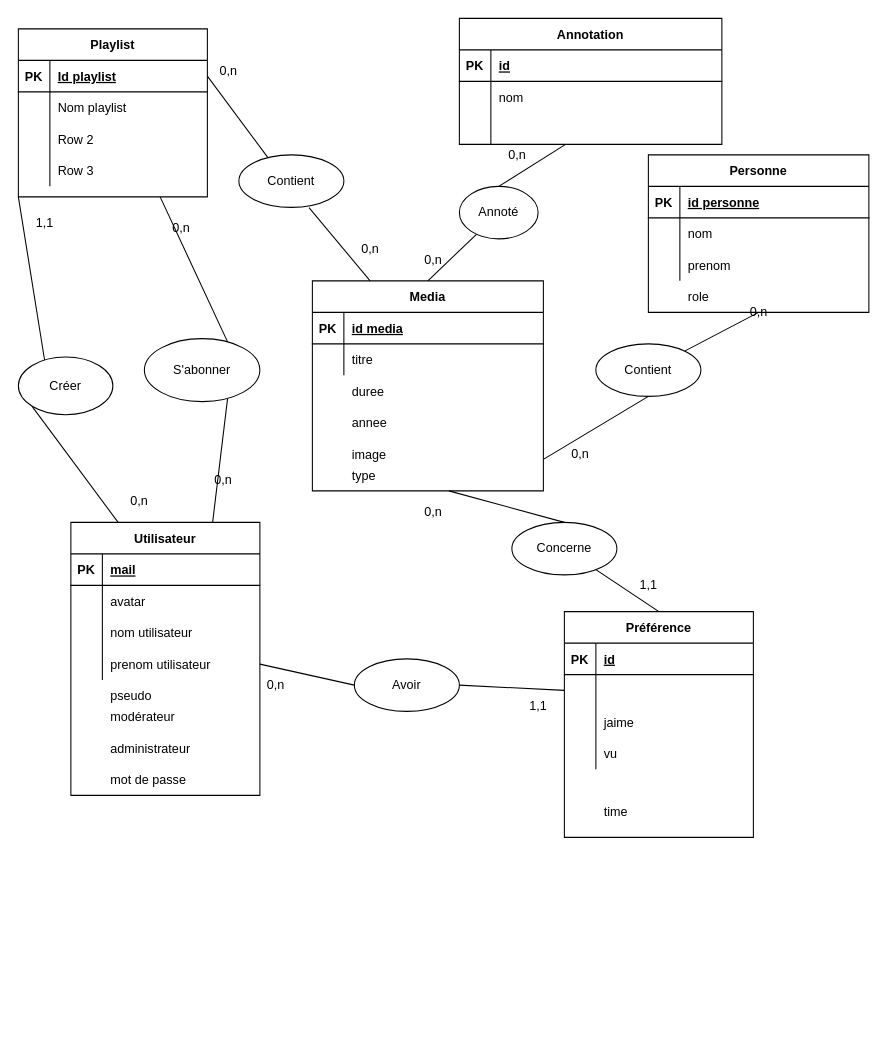
Before: page "MCD" (1 of 2) of public/MCD.drawio in johanneclc/CDAW_2022, a draw.io diagram. Source tidied: cells renumbered, new cells numbered last; positions are measured from the earlier drawing's top-left corner, leaving out a move shared by most shapes. Both pictures are drawn from the tidied source at 105%, with x=0, y=0 at pixel (18, 18).
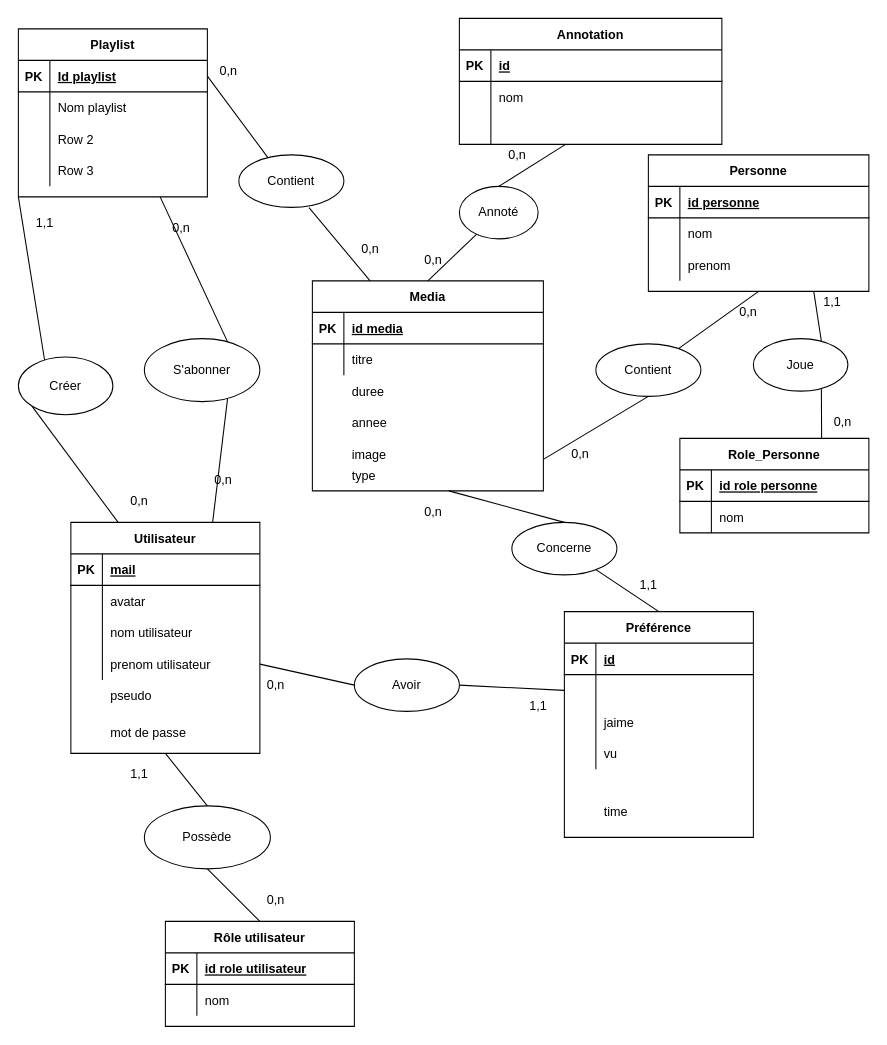
Above is the later version.

Diff of the diagram source:
```diff
@@
     <mxCell id="12" value="Personne" style="shape=table;startSize=30;childLayout=tableLayout;rowLines=0;fontStyle=1;align=center;" parent="1" vertex="1">
-      <mxGeometry x="600" y="130" width="210" height="150" as="geometry" />
+      <mxGeometry x="600" y="130" width="210" height="130" as="geometry" />
     </mxCell>
@@
     <mxCell id="37" value="Utilisateur" style="shape=table;startSize=30;childLayout=tableLayout;rowLines=0;fontStyle=1;align=center;" parent="1" vertex="1">
-      <mxGeometry x="50" y="480" width="180" height="260" as="geometry" />
+      <mxGeometry x="50" y="480" width="180" height="220" as="geometry" />
     </mxCell>
@@
     <mxCell id="75" value="0,n" style="text;html=1;align=center;verticalAlign=middle;strokeColor=none;fillColor=none;" parent="1" vertex="1">
-      <mxGeometry x="690" y="270" width="30" height="20" as="geometry" />
+      <mxGeometry x="680" y="270" width="30" height="20" as="geometry" />
     </mxCell>
@@
-    <mxCell id="77" value="modérateur" style="shape=partialRectangle;fillColor=none;top=0;left=0;bottom=0;right=0;align=left;spacingLeft=6;overflow=hidden;" parent="1" vertex="1">
-      <mxGeometry x="80" y="650" width="150" height="30" as="geometry" />
-    </mxCell>
-    <mxCell id="78" value="administrateur" style="shape=partialRectangle;fillColor=none;top=0;left=0;bottom=0;right=0;align=left;spacingLeft=6;overflow=hidden;" parent="1" vertex="1">
-      <mxGeometry x="80" y="680" width="150" height="30" as="geometry" />
-    </mxCell>
     <mxCell id="79" value="mot de passe" style="shape=partialRectangle;fillColor=none;top=0;left=0;bottom=0;right=0;align=left;spacingLeft=6;overflow=hidden;" parent="1" vertex="1">
-      <mxGeometry x="80" y="710" width="150" height="30" as="geometry" />
+      <mxGeometry x="80" y="665" width="150" height="30" as="geometry" />
     </mxCell>
@@
-    <mxCell id="113" value="role" style="shape=partialRectangle;overflow=hidden;fillColor=none;top=0;left=0;bottom=0;right=0;align=left;spacingLeft=6;" parent="1" vertex="1">
-      <mxGeometry x="630" y="250" width="180" height="30" as="geometry" />
-    </mxCell>
+    <mxCell id="114" value="Role_Personne" style="shape=table;startSize=30;childLayout=tableLayout;rowLines=0;fontStyle=1;align=center;" parent="1" vertex="1">
+      <mxGeometry x="630" y="400" width="180" height="90" as="geometry" />
+    </mxCell>
+    <mxCell id="115" style="shape=partialRectangle;fillColor=none;top=0;left=0;bottom=1;right=0;" parent="114" vertex="1">
+      <mxGeometry y="30" width="180" height="30" as="geometry" />
+    </mxCell>
+    <mxCell id="116" value="PK" style="shape=partialRectangle;fillColor=none;top=0;left=0;bottom=0;right=0;fontStyle=1;overflow=hidden;" parent="115" vertex="1">
+      <mxGeometry width="30" height="30" as="geometry" />
+    </mxCell>
+    <mxCell id="117" value="id role personne" style="shape=partialRectangle;fillColor=none;top=0;left=0;bottom=0;right=0;align=left;spacingLeft=6;fontStyle=5;overflow=hidden;" parent="115" vertex="1">
+      <mxGeometry x="30" width="150" height="30" as="geometry" />
+    </mxCell>
+    <mxCell id="118" style="shape=partialRectangle;fillColor=none;top=0;left=0;bottom=0;right=0;" parent="114" vertex="1">
+      <mxGeometry y="60" width="180" height="30" as="geometry" />
+    </mxCell>
+    <mxCell id="119" style="shape=partialRectangle;fillColor=none;top=0;left=0;bottom=0;right=0;overflow=hidden;" parent="118" vertex="1">
+      <mxGeometry width="30" height="30" as="geometry" />
+    </mxCell>
+    <mxCell id="120" value="nom" style="shape=partialRectangle;fillColor=none;top=0;left=0;bottom=0;right=0;align=left;spacingLeft=6;overflow=hidden;" parent="118" vertex="1">
+      <mxGeometry x="30" width="150" height="30" as="geometry" />
+    </mxCell>
+    <mxCell id="121" style="endArrow=none;html=1;rounded=0;exitX=0.75;exitY=0;exitDx=0;exitDy=0;entryX=0.75;entryY=1;entryDx=0;entryDy=0;startArrow=none;" parent="1" edge="1" source="122" target="12">
+      <mxGeometry relative="1" as="geometry" />
+    </mxCell>
+    <mxCell id="122" value="Joue" style="ellipse;whiteSpace=wrap;html=1;" parent="1" vertex="1">
+      <mxGeometry x="700" y="305" width="90" height="50" as="geometry" />
+    </mxCell>
+    <mxCell id="123" style="endArrow=none;html=1;rounded=0;exitX=0.75;exitY=0;exitDx=0;exitDy=0;entryX=0.75;entryY=1;entryDx=0;entryDy=0;" parent="1" edge="1" source="114" target="122">
+      <mxGeometry relative="1" as="geometry" />
+    </mxCell>
+    <mxCell id="124" value="Rôle utilisateur" style="shape=table;startSize=30;childLayout=tableLayout;rowLines=0;fontStyle=1;align=center;" parent="1" vertex="1">
+      <mxGeometry x="140" y="860" width="180" height="100" as="geometry" />
+    </mxCell>
+    <mxCell id="125" style="shape=partialRectangle;fillColor=none;top=0;left=0;bottom=1;right=0;" parent="124" vertex="1">
+      <mxGeometry y="30" width="180" height="30" as="geometry" />
+    </mxCell>
+    <mxCell id="126" value="PK" style="shape=partialRectangle;fillColor=none;top=0;left=0;bottom=0;right=0;fontStyle=1;overflow=hidden;" parent="125" vertex="1">
+      <mxGeometry width="30" height="30" as="geometry" />
+    </mxCell>
+    <mxCell id="127" value="id role utilisateur" style="shape=partialRectangle;fillColor=none;top=0;left=0;bottom=0;right=0;align=left;spacingLeft=6;fontStyle=5;overflow=hidden;" parent="125" vertex="1">
+      <mxGeometry x="30" width="150" height="30" as="geometry" />
+    </mxCell>
+    <mxCell id="128" style="shape=partialRectangle;fillColor=none;top=0;left=0;bottom=0;right=0;" parent="124" vertex="1">
+      <mxGeometry y="60" width="180" height="30" as="geometry" />
+    </mxCell>
+    <mxCell id="129" style="shape=partialRectangle;fillColor=none;top=0;left=0;bottom=0;right=0;overflow=hidden;" parent="128" vertex="1">
+      <mxGeometry width="30" height="30" as="geometry" />
+    </mxCell>
+    <mxCell id="130" value="nom" style="shape=partialRectangle;fillColor=none;top=0;left=0;bottom=0;right=0;align=left;spacingLeft=6;overflow=hidden;" parent="128" vertex="1">
+      <mxGeometry x="30" width="150" height="30" as="geometry" />
+    </mxCell>
+    <mxCell id="131" style="endArrow=none;html=1;rounded=0;entryX=0.5;entryY=1;entryDx=0;entryDy=0;exitX=0.5;exitY=0;exitDx=0;exitDy=0;startArrow=none;" parent="1" edge="1" source="132" target="37">
+      <mxGeometry relative="1" as="geometry" />
+    </mxCell>
+    <mxCell id="132" value="Possède" style="ellipse;whiteSpace=wrap;html=1;" parent="1" vertex="1">
+      <mxGeometry x="120" y="750" width="120" height="60" as="geometry" />
+    </mxCell>
+    <mxCell id="133" style="endArrow=none;html=1;rounded=0;entryX=0.5;entryY=1;entryDx=0;entryDy=0;exitX=0.5;exitY=0;exitDx=0;exitDy=0;" parent="1" edge="1" source="124" target="132">
+      <mxGeometry relative="1" as="geometry" />
+    </mxCell>
+    <mxCell id="134" value="0,n" style="text;html=1;align=center;verticalAlign=middle;strokeColor=none;fillColor=none;" parent="1" vertex="1">
+      <mxGeometry x="230" y="830" width="30" height="20" as="geometry" />
+    </mxCell>
+    <mxCell id="135" value="1,1" style="text;html=1;align=center;verticalAlign=middle;strokeColor=none;fillColor=none;" parent="1" vertex="1">
+      <mxGeometry x="100" y="710" width="30" height="20" as="geometry" />
+    </mxCell>
+    <mxCell id="136" value="1,1" style="text;html=1;align=center;verticalAlign=middle;strokeColor=none;fillColor=none;" parent="1" vertex="1">
+      <mxGeometry x="760" y="260" width="30" height="20" as="geometry" />
+    </mxCell>
+    <mxCell id="137" value="0,n" style="text;html=1;align=center;verticalAlign=middle;strokeColor=none;fillColor=none;" parent="1" vertex="1">
+      <mxGeometry x="770" y="375" width="30" height="20" as="geometry" />
+    </mxCell>
```
